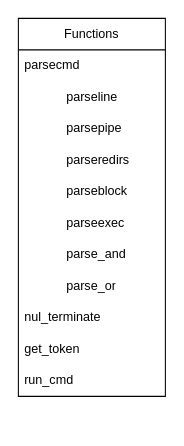
The draw.io diagram page "Functions" (6 of 10) of minishell.drawio in 0bvim/minishell, before the edit. Source tidied: cells renumbered, new cells numbered last; positions are measured from the earlier drawing's top-left corner, leaving out a move shared by most shapes. Both pictures are drawn from the tidied source at 105%, with x=0, y=0 at pixel (18, 18).
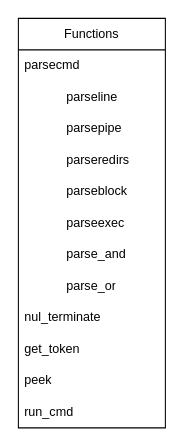
Above is the later version.

The edit, as a diff of the source:
```diff
@@
 <mxGraphModel>
   <root>
     <mxCell id="0" />
     <mxCell id="1" parent="0" />
     <mxCell id="2" value="Functions" style="swimlane;fontStyle=0;horizontal=1;startSize=30;whiteSpace=wrap;html=1;" parent="1" vertex="1">
-      <mxGeometry width="140" height="360" as="geometry" />
+      <mxGeometry width="140" height="390" as="geometry" />
     </mxCell>
     <mxCell id="3" value="parsecmd" style="text;strokeColor=none;fillColor=none;align=left;verticalAlign=middle;spacingLeft=4;spacingRight=4;overflow=hidden;whiteSpace=wrap;html=1;" parent="2" vertex="1">
       <mxGeometry y="30" width="140" height="30" as="geometry" />
     </mxCell>
     <mxCell id="4" value="&lt;blockquote style=&quot;margin: 0 0 0 40px; border: none; padding: 0px;&quot;&gt;parseline&lt;/blockquote&gt;" style="text;strokeColor=none;fillColor=none;align=left;verticalAlign=middle;spacingLeft=4;spacingRight=4;overflow=hidden;whiteSpace=wrap;html=1;" parent="2" vertex="1">
       <mxGeometry y="60" width="140" height="30" as="geometry" />
     </mxCell>
     <mxCell id="5" value="&lt;blockquote style=&quot;margin: 0 0 0 40px; border: none; padding: 0px;&quot;&gt;parsepipe&lt;/blockquote&gt;" style="text;strokeColor=none;fillColor=none;align=left;verticalAlign=middle;spacingLeft=4;spacingRight=4;overflow=hidden;whiteSpace=wrap;html=1;" parent="2" vertex="1">
       <mxGeometry y="90" width="140" height="30" as="geometry" />
     </mxCell>
     <mxCell id="6" value="&lt;blockquote style=&quot;margin: 0 0 0 40px; border: none; padding: 0px;&quot;&gt;parseredirs&lt;/blockquote&gt;" style="text;strokeColor=none;fillColor=none;align=left;verticalAlign=middle;spacingLeft=4;spacingRight=4;overflow=hidden;whiteSpace=wrap;html=1;" parent="2" vertex="1">
       <mxGeometry y="120" width="140" height="30" as="geometry" />
     </mxCell>
     <mxCell id="7" value="&lt;blockquote style=&quot;margin: 0 0 0 40px; border: none; padding: 0px;&quot;&gt;parseblock&lt;/blockquote&gt;" style="text;strokeColor=none;fillColor=none;align=left;verticalAlign=middle;spacingLeft=4;spacingRight=4;overflow=hidden;whiteSpace=wrap;html=1;" parent="2" vertex="1">
       <mxGeometry y="150" width="140" height="30" as="geometry" />
     </mxCell>
     <mxCell id="8" value="&lt;blockquote style=&quot;margin: 0 0 0 40px; border: none; padding: 0px;&quot;&gt;parseexec&lt;/blockquote&gt;" style="text;strokeColor=none;fillColor=none;align=left;verticalAlign=middle;spacingLeft=4;spacingRight=4;overflow=hidden;whiteSpace=wrap;html=1;" parent="2" vertex="1">
       <mxGeometry y="180" width="140" height="30" as="geometry" />
     </mxCell>
     <mxCell id="9" value="&lt;blockquote style=&quot;margin: 0 0 0 40px; border: none; padding: 0px;&quot;&gt;parse_and&lt;/blockquote&gt;" style="text;strokeColor=none;fillColor=none;align=left;verticalAlign=middle;spacingLeft=4;spacingRight=4;overflow=hidden;whiteSpace=wrap;html=1;" parent="2" vertex="1">
       <mxGeometry y="210" width="140" height="30" as="geometry" />
     </mxCell>
     <mxCell id="10" value="&lt;blockquote style=&quot;margin: 0 0 0 40px; border: none; padding: 0px;&quot;&gt;parse_or&lt;/blockquote&gt;" style="text;strokeColor=none;fillColor=none;align=left;verticalAlign=middle;spacingLeft=4;spacingRight=4;overflow=hidden;whiteSpace=wrap;html=1;" parent="2" vertex="1">
       <mxGeometry y="240" width="140" height="30" as="geometry" />
     </mxCell>
     <mxCell id="11" value="nul_terminate" style="text;strokeColor=none;fillColor=none;align=left;verticalAlign=middle;spacingLeft=4;spacingRight=4;overflow=hidden;whiteSpace=wrap;html=1;" parent="2" vertex="1">
       <mxGeometry y="270" width="140" height="30" as="geometry" />
     </mxCell>
     <mxCell id="12" value="get_token" style="text;strokeColor=none;fillColor=none;align=left;verticalAlign=middle;spacingLeft=4;spacingRight=4;overflow=hidden;whiteSpace=wrap;html=1;" parent="2" vertex="1">
       <mxGeometry y="300" width="140" height="30" as="geometry" />
     </mxCell>
+    <mxCell id="14" value="peek" style="text;strokeColor=none;fillColor=none;align=left;verticalAlign=middle;spacingLeft=4;spacingRight=4;overflow=hidden;whiteSpace=wrap;html=1;" parent="2" vertex="1">
+      <mxGeometry y="330" width="140" height="30" as="geometry" />
+    </mxCell>
     <mxCell id="13" value="run_cmd" style="text;strokeColor=none;fillColor=none;align=left;verticalAlign=middle;spacingLeft=4;spacingRight=4;overflow=hidden;whiteSpace=wrap;html=1;" parent="2" vertex="1">
-      <mxGeometry y="330" width="140" height="30" as="geometry" />
+      <mxGeometry y="360" width="140" height="30" as="geometry" />
     </mxCell>
   </root>
 </mxGraphModel>
```
